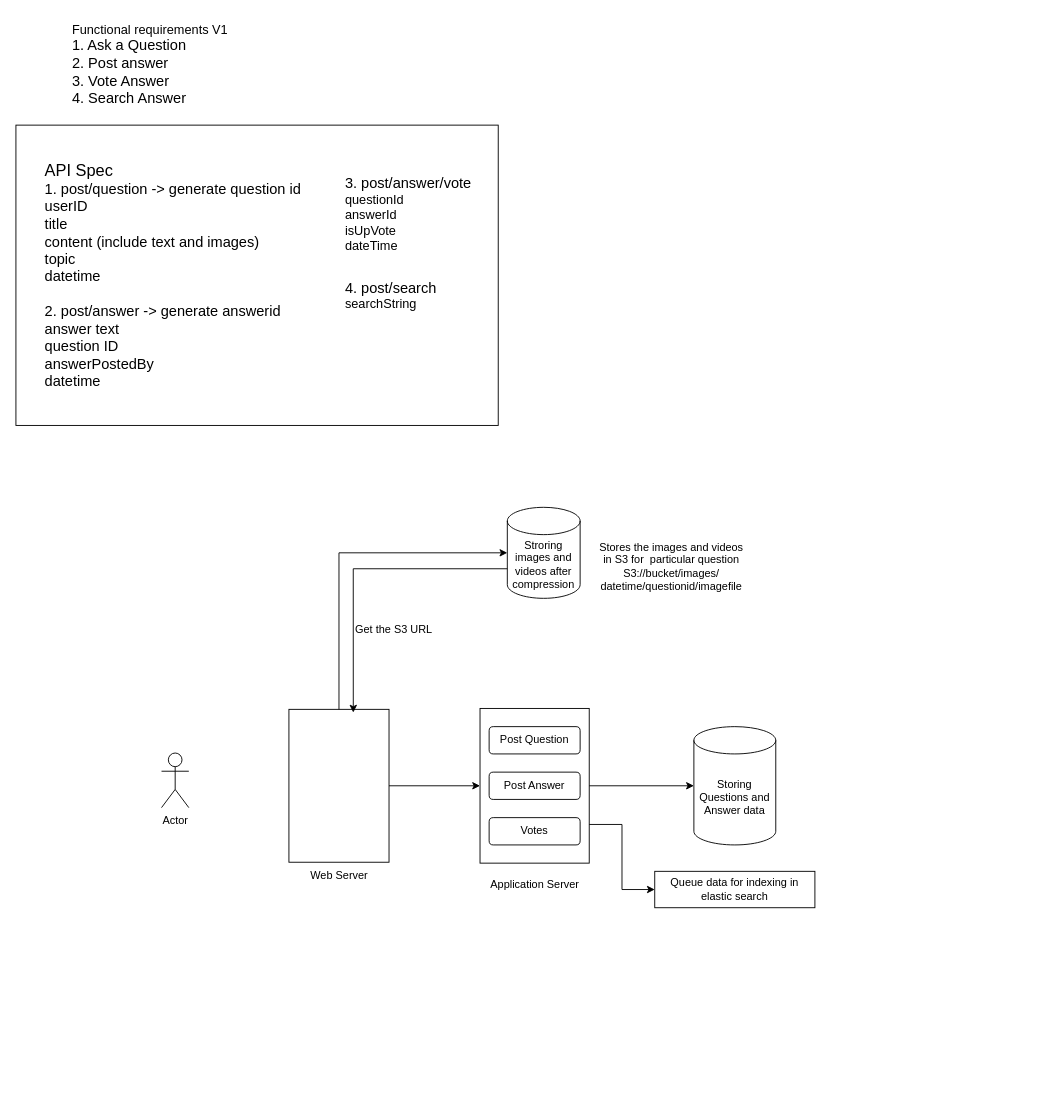
Before: Quora system design.drawio in anshul1790/system-design-playground, a draw.io diagram. Source tidied: cells renumbered, new cells numbered last; positions are measured from the earlier drawing's top-left corner, leaving out a move shared by most shapes. Both pictures are drawn from the tidied source at 91%, with x=0, y=0 at pixel (15, 15).
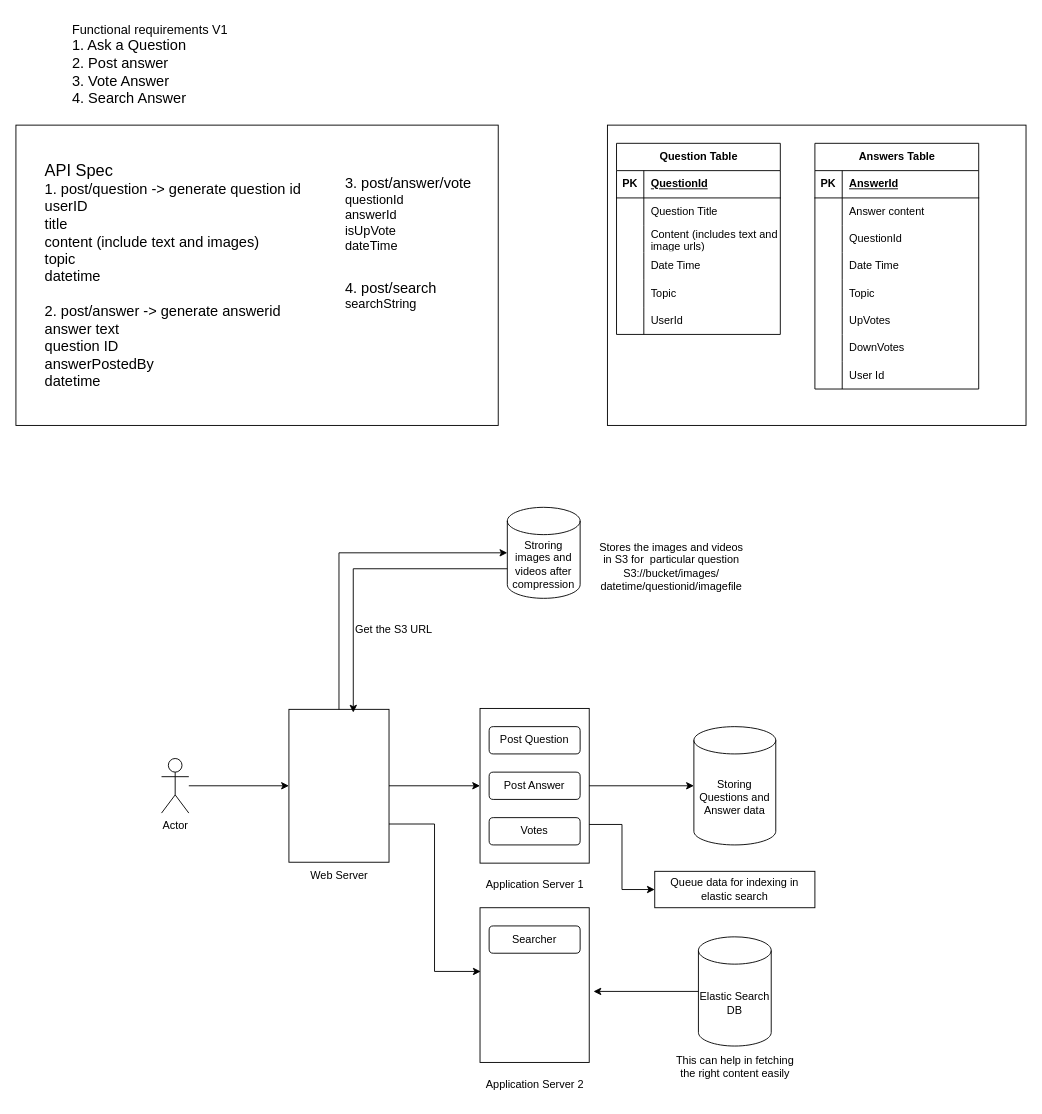
Above is the later version.

Unchanged cells that the change refers to:
```xml
<mxCell id="14" style="rounded=0;whiteSpace=wrap;html=1;" parent="1" vertex="1">
  <mxGeometry x="300" y="762" width="110" height="168" as="geometry" />
</mxCell>
```

What changed in the source:
```diff
@@
+    <mxCell id="26" style="rounded=0;whiteSpace=wrap;html=1;" parent="1" vertex="1">
+      <mxGeometry x="650" y="120" width="460" height="330" as="geometry" />
+    </mxCell>
+    <mxCell id="27" style="edgeStyle=orthogonalEdgeStyle;rounded=0;jettySize=auto;html=1;entryX=0;entryY=0.5;entryDx=0;entryDy=0;" parent="1" edge="1" source="2" target="14">
+      <mxGeometry relative="1" as="geometry" />
+    </mxCell>
     <mxCell id="2" value="Actor" style="shape=umlActor;verticalLabelPosition=bottom;verticalAlign=top;html=1;outlineConnect=0;" parent="1" vertex="1">
-      <mxGeometry x="160" y="810" width="30" height="60" as="geometry" />
+      <mxGeometry x="160" y="816" width="30" height="60" as="geometry" />
     </mxCell>
@@
-    <mxCell id="12" value="Application Server" style="text;html=1;align=center;verticalAlign=middle;strokeColor=none;fillColor=none;" parent="1" vertex="1">
-      <mxGeometry x="510" y="940" width="120" height="30" as="geometry" />
+    <mxCell id="12" value="Application Server 1" style="text;html=1;align=center;verticalAlign=middle;strokeColor=none;fillColor=none;" parent="1" vertex="1">
+      <mxGeometry x="505" y="940" width="130" height="30" as="geometry" />
     </mxCell>
@@
+    <mxCell id="28" value="Elastic Search DB" style="shape=cylinder3;whiteSpace=wrap;html=1;boundedLbl=1;backgroundOutline=1;size=15;" parent="1" vertex="1">
+      <mxGeometry x="750" y="1012" width="80" height="120" as="geometry" />
+    </mxCell>
+    <mxCell id="29" value="This can help in fetching&lt;div&gt;the right content easily&lt;/div&gt;" style="text;html=1;align=center;verticalAlign=middle;strokeColor=none;fillColor=none;" parent="1" vertex="1">
+      <mxGeometry x="715" y="1135" width="150" height="40" as="geometry" />
+    </mxCell>
+    <mxCell id="30" style="group;" parent="1" vertex="1">
+      <mxGeometry x="510" y="980" width="120" height="170" as="geometry" />
+    </mxCell>
+    <mxCell id="31" style="rounded=0;whiteSpace=wrap;html=1;" parent="30" vertex="1">
+      <mxGeometry width="120" height="170" as="geometry" />
+    </mxCell>
+    <mxCell id="32" value="Searcher" style="rounded=1;whiteSpace=wrap;html=1;" parent="30" vertex="1">
+      <mxGeometry x="10" y="20" width="100" height="30" as="geometry" />
+    </mxCell>
+    <mxCell id="33" value="Application Server 2" style="text;html=1;align=center;verticalAlign=middle;strokeColor=none;fillColor=none;" parent="1" vertex="1">
+      <mxGeometry x="505" y="1160" width="130" height="30" as="geometry" />
+    </mxCell>
+    <mxCell id="34" style="edgeStyle=orthogonalEdgeStyle;rounded=0;jettySize=auto;html=1;exitX=1;exitY=0.75;exitDx=0;exitDy=0;entryX=0.006;entryY=0.412;entryDx=0;entryDy=0;entryPerimeter=0;" parent="1" edge="1" source="14" target="31">
+      <mxGeometry relative="1" as="geometry" />
+    </mxCell>
+    <mxCell id="35" style="edgeStyle=orthogonalEdgeStyle;rounded=0;jettySize=auto;html=1;entryX=1.039;entryY=0.541;entryDx=0;entryDy=0;entryPerimeter=0;" parent="1" edge="1" source="28" target="31">
+      <mxGeometry relative="1" as="geometry" />
+    </mxCell>
+    <mxCell id="36" value="Question Table" style="shape=table;startSize=30;childLayout=tableLayout;rowLines=0;fontStyle=1;align=center;html=1;" parent="1" vertex="1">
+      <mxGeometry x="660" y="140" width="180" height="210" as="geometry" />
+    </mxCell>
+    <mxCell id="37" style="shape=tableRow;horizontal=0;startSize=0;swimlaneHead=0;swimlaneBody=0;fillColor=none;top=0;left=0;right=0;bottom=1;" parent="36" vertex="1">
+      <mxGeometry y="30" width="180" height="30" as="geometry" />
+    </mxCell>
+    <mxCell id="38" value="PK" style="shape=partialRectangle;fillColor=none;top=0;left=0;bottom=0;right=0;fontStyle=1;overflow=hidden;whiteSpace=wrap;html=1;" parent="37" vertex="1">
+      <mxGeometry width="30" height="30" as="geometry" />
+    </mxCell>
+    <mxCell id="39" value="QuestionId" style="shape=partialRectangle;fillColor=none;top=0;left=0;bottom=0;right=0;align=left;spacingLeft=6;fontStyle=5;overflow=hidden;whiteSpace=wrap;html=1;" parent="37" vertex="1">
+      <mxGeometry x="30" width="150" height="30" as="geometry" />
+    </mxCell>
+    <mxCell id="40" style="shape=tableRow;horizontal=0;startSize=0;swimlaneHead=0;swimlaneBody=0;fillColor=none;top=0;left=0;right=0;bottom=0;" parent="36" vertex="1">
+      <mxGeometry y="60" width="180" height="30" as="geometry" />
+    </mxCell>
+    <mxCell id="41" style="shape=partialRectangle;fillColor=none;top=0;left=0;bottom=0;right=0;overflow=hidden;whiteSpace=wrap;html=1;" parent="40" vertex="1">
+      <mxGeometry width="30" height="30" as="geometry" />
+    </mxCell>
+    <mxCell id="42" value="Question Title" style="shape=partialRectangle;fillColor=none;top=0;left=0;bottom=0;right=0;align=left;spacingLeft=6;overflow=hidden;whiteSpace=wrap;html=1;" parent="40" vertex="1">
+      <mxGeometry x="30" width="150" height="30" as="geometry" />
+    </mxCell>
+    <mxCell id="43" style="shape=tableRow;horizontal=0;startSize=0;swimlaneHead=0;swimlaneBody=0;fillColor=none;top=0;left=0;right=0;bottom=0;" parent="36" vertex="1">
+      <mxGeometry y="90" width="180" height="30" as="geometry" />
+    </mxCell>
+    <mxCell id="44" style="shape=partialRectangle;fillColor=none;top=0;left=0;bottom=0;right=0;overflow=hidden;whiteSpace=wrap;html=1;" parent="43" vertex="1">
+      <mxGeometry width="30" height="30" as="geometry" />
+    </mxCell>
+    <mxCell id="45" value="Content (includes text and image urls)" style="shape=partialRectangle;fillColor=none;top=0;left=0;bottom=0;right=0;align=left;spacingLeft=6;overflow=hidden;whiteSpace=wrap;html=1;" parent="43" vertex="1">
+      <mxGeometry x="30" width="150" height="30" as="geometry" />
+    </mxCell>
+    <mxCell id="46" style="shape=tableRow;horizontal=0;startSize=0;swimlaneHead=0;swimlaneBody=0;fillColor=none;top=0;left=0;right=0;bottom=0;" parent="36" vertex="1">
+      <mxGeometry y="120" width="180" height="30" as="geometry" />
+    </mxCell>
+    <mxCell id="47" style="shape=partialRectangle;fillColor=none;top=0;left=0;bottom=0;right=0;overflow=hidden;whiteSpace=wrap;html=1;" parent="46" vertex="1">
+      <mxGeometry width="30" height="30" as="geometry" />
+    </mxCell>
+    <mxCell id="48" value="Date Time" style="shape=partialRectangle;fillColor=none;top=0;left=0;bottom=0;right=0;align=left;spacingLeft=6;overflow=hidden;whiteSpace=wrap;html=1;" parent="46" vertex="1">
+      <mxGeometry x="30" width="150" height="30" as="geometry" />
+    </mxCell>
+    <mxCell id="49" style="shape=tableRow;horizontal=0;startSize=0;swimlaneHead=0;swimlaneBody=0;fillColor=none;top=0;left=0;right=0;bottom=0;" parent="36" vertex="1">
+      <mxGeometry y="150" width="180" height="30" as="geometry" />
+    </mxCell>
+    <mxCell id="50" style="shape=partialRectangle;fillColor=none;top=0;left=0;bottom=0;right=0;overflow=hidden;whiteSpace=wrap;html=1;" parent="49" vertex="1">
+      <mxGeometry width="30" height="30" as="geometry" />
+    </mxCell>
+    <mxCell id="51" value="Topic" style="shape=partialRectangle;fillColor=none;top=0;left=0;bottom=0;right=0;align=left;spacingLeft=6;overflow=hidden;whiteSpace=wrap;html=1;" parent="49" vertex="1">
+      <mxGeometry x="30" width="150" height="30" as="geometry" />
+    </mxCell>
+    <mxCell id="52" style="shape=tableRow;horizontal=0;startSize=0;swimlaneHead=0;swimlaneBody=0;fillColor=none;top=0;left=0;right=0;bottom=0;" parent="36" vertex="1">
+      <mxGeometry y="180" width="180" height="30" as="geometry" />
+    </mxCell>
+    <mxCell id="53" style="shape=partialRectangle;fillColor=none;top=0;left=0;bottom=0;right=0;overflow=hidden;whiteSpace=wrap;html=1;" parent="52" vertex="1">
+      <mxGeometry width="30" height="30" as="geometry" />
+    </mxCell>
+    <mxCell id="54" value="UserId" style="shape=partialRectangle;fillColor=none;top=0;left=0;bottom=0;right=0;align=left;spacingLeft=6;overflow=hidden;whiteSpace=wrap;html=1;" parent="52" vertex="1">
+      <mxGeometry x="30" width="150" height="30" as="geometry" />
+    </mxCell>
+    <mxCell id="55" value="Answers Table" style="shape=table;startSize=30;childLayout=tableLayout;rowLines=0;fontStyle=1;align=center;html=1;" parent="1" vertex="1">
+      <mxGeometry x="878" y="140" width="180" height="270" as="geometry" />
+    </mxCell>
+    <mxCell id="56" style="shape=tableRow;horizontal=0;startSize=0;swimlaneHead=0;swimlaneBody=0;fillColor=none;top=0;left=0;right=0;bottom=1;" parent="55" vertex="1">
+      <mxGeometry y="30" width="180" height="30" as="geometry" />
+    </mxCell>
+    <mxCell id="57" value="PK" style="shape=partialRectangle;fillColor=none;top=0;left=0;bottom=0;right=0;fontStyle=1;overflow=hidden;whiteSpace=wrap;html=1;" parent="56" vertex="1">
+      <mxGeometry width="30" height="30" as="geometry" />
+    </mxCell>
+    <mxCell id="58" value="AnswerId" style="shape=partialRectangle;fillColor=none;top=0;left=0;bottom=0;right=0;align=left;spacingLeft=6;fontStyle=5;overflow=hidden;whiteSpace=wrap;html=1;" parent="56" vertex="1">
+      <mxGeometry x="30" width="150" height="30" as="geometry" />
+    </mxCell>
+    <mxCell id="59" style="shape=tableRow;horizontal=0;startSize=0;swimlaneHead=0;swimlaneBody=0;fillColor=none;top=0;left=0;right=0;bottom=0;" parent="55" vertex="1">
+      <mxGeometry y="60" width="180" height="30" as="geometry" />
+    </mxCell>
+    <mxCell id="60" style="shape=partialRectangle;fillColor=none;top=0;left=0;bottom=0;right=0;overflow=hidden;whiteSpace=wrap;html=1;" parent="59" vertex="1">
+      <mxGeometry width="30" height="30" as="geometry" />
+    </mxCell>
+    <mxCell id="61" value="Answer content" style="shape=partialRectangle;fillColor=none;top=0;left=0;bottom=0;right=0;align=left;spacingLeft=6;overflow=hidden;whiteSpace=wrap;html=1;" parent="59" vertex="1">
+      <mxGeometry x="30" width="150" height="30" as="geometry" />
+    </mxCell>
+    <mxCell id="62" style="shape=tableRow;horizontal=0;startSize=0;swimlaneHead=0;swimlaneBody=0;fillColor=none;top=0;left=0;right=0;bottom=0;" parent="55" vertex="1">
+      <mxGeometry y="90" width="180" height="30" as="geometry" />
+    </mxCell>
+    <mxCell id="63" style="shape=partialRectangle;fillColor=none;top=0;left=0;bottom=0;right=0;overflow=hidden;whiteSpace=wrap;html=1;" parent="62" vertex="1">
+      <mxGeometry width="30" height="30" as="geometry" />
+    </mxCell>
+    <mxCell id="64" value="QuestionId" style="shape=partialRectangle;fillColor=none;top=0;left=0;bottom=0;right=0;align=left;spacingLeft=6;overflow=hidden;whiteSpace=wrap;html=1;" parent="62" vertex="1">
+      <mxGeometry x="30" width="150" height="30" as="geometry" />
+    </mxCell>
+    <mxCell id="65" style="shape=tableRow;horizontal=0;startSize=0;swimlaneHead=0;swimlaneBody=0;fillColor=none;top=0;left=0;right=0;bottom=0;" parent="55" vertex="1">
+      <mxGeometry y="120" width="180" height="30" as="geometry" />
+    </mxCell>
+    <mxCell id="66" style="shape=partialRectangle;fillColor=none;top=0;left=0;bottom=0;right=0;overflow=hidden;whiteSpace=wrap;html=1;" parent="65" vertex="1">
+      <mxGeometry width="30" height="30" as="geometry" />
+    </mxCell>
+    <mxCell id="67" value="Date Time" style="shape=partialRectangle;fillColor=none;top=0;left=0;bottom=0;right=0;align=left;spacingLeft=6;overflow=hidden;whiteSpace=wrap;html=1;" parent="65" vertex="1">
+      <mxGeometry x="30" width="150" height="30" as="geometry" />
+    </mxCell>
+    <mxCell id="68" style="shape=tableRow;horizontal=0;startSize=0;swimlaneHead=0;swimlaneBody=0;fillColor=none;top=0;left=0;right=0;bottom=0;" parent="55" vertex="1">
+      <mxGeometry y="150" width="180" height="30" as="geometry" />
+    </mxCell>
+    <mxCell id="69" style="shape=partialRectangle;fillColor=none;top=0;left=0;bottom=0;right=0;overflow=hidden;whiteSpace=wrap;html=1;" parent="68" vertex="1">
+      <mxGeometry width="30" height="30" as="geometry" />
+    </mxCell>
+    <mxCell id="70" value="Topic" style="shape=partialRectangle;fillColor=none;top=0;left=0;bottom=0;right=0;align=left;spacingLeft=6;overflow=hidden;whiteSpace=wrap;html=1;" parent="68" vertex="1">
+      <mxGeometry x="30" width="150" height="30" as="geometry" />
+    </mxCell>
+    <mxCell id="71" style="shape=tableRow;horizontal=0;startSize=0;swimlaneHead=0;swimlaneBody=0;fillColor=none;top=0;left=0;right=0;bottom=0;" parent="55" vertex="1">
+      <mxGeometry y="180" width="180" height="30" as="geometry" />
+    </mxCell>
+    <mxCell id="72" style="shape=partialRectangle;fillColor=none;top=0;left=0;bottom=0;right=0;overflow=hidden;whiteSpace=wrap;html=1;" parent="71" vertex="1">
+      <mxGeometry width="30" height="30" as="geometry" />
+    </mxCell>
+    <mxCell id="73" value="UpVotes" style="shape=partialRectangle;fillColor=none;top=0;left=0;bottom=0;right=0;align=left;spacingLeft=6;overflow=hidden;whiteSpace=wrap;html=1;" parent="71" vertex="1">
+      <mxGeometry x="30" width="150" height="30" as="geometry" />
+    </mxCell>
+    <mxCell id="74" style="shape=tableRow;horizontal=0;startSize=0;swimlaneHead=0;swimlaneBody=0;fillColor=none;top=0;left=0;right=0;bottom=0;" parent="55" vertex="1">
+      <mxGeometry y="210" width="180" height="30" as="geometry" />
+    </mxCell>
+    <mxCell id="75" style="shape=partialRectangle;fillColor=none;top=0;left=0;bottom=0;right=0;overflow=hidden;whiteSpace=wrap;html=1;" parent="74" vertex="1">
+      <mxGeometry width="30" height="30" as="geometry" />
+    </mxCell>
+    <mxCell id="76" value="DownVotes" style="shape=partialRectangle;fillColor=none;top=0;left=0;bottom=0;right=0;align=left;spacingLeft=6;overflow=hidden;whiteSpace=wrap;html=1;" parent="74" vertex="1">
+      <mxGeometry x="30" width="150" height="30" as="geometry" />
+    </mxCell>
+    <mxCell id="77" style="shape=tableRow;horizontal=0;startSize=0;swimlaneHead=0;swimlaneBody=0;fillColor=none;top=0;left=0;right=0;bottom=0;" parent="55" vertex="1">
+      <mxGeometry y="240" width="180" height="30" as="geometry" />
+    </mxCell>
+    <mxCell id="78" style="shape=partialRectangle;fillColor=none;top=0;left=0;bottom=0;right=0;overflow=hidden;whiteSpace=wrap;html=1;" parent="77" vertex="1">
+      <mxGeometry width="30" height="30" as="geometry" />
+    </mxCell>
+    <mxCell id="79" value="User Id" style="shape=partialRectangle;fillColor=none;top=0;left=0;bottom=0;right=0;align=left;spacingLeft=6;overflow=hidden;whiteSpace=wrap;html=1;" parent="77" vertex="1">
+      <mxGeometry x="30" width="150" height="30" as="geometry" />
+    </mxCell>
```
